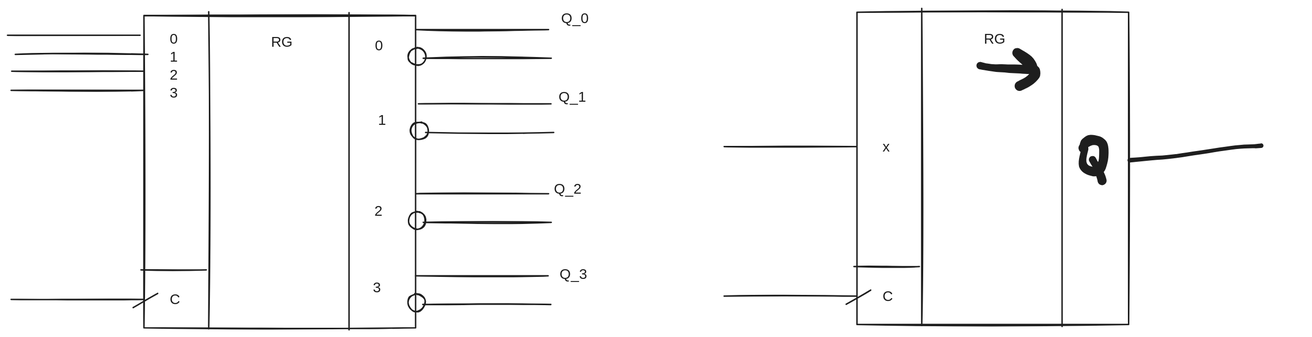
Earlier version of the Excalidraw export comp-sys-org/06-accum.excalidraw.svg (kawazaki42/NoteS4). Source tidied: one line per element, renumbered; positions are measured from the earlier drawing's top-left corner, leaving out a move shared by most shapes. Its diagram source:
```json
{"id": 0, "type": "rectangle", "strokeColor": "#1e1e1e", "strokeWidth": 2, "roughness": 1, "x": 190, "y": 10, "width": 377, "height": 434}
{"id": 1, "type": "line", "strokeColor": "#1e1e1e", "strokeWidth": 2, "roughness": 1, "x": 280, "y": 5, "width": 0, "height": 441, "points": [[0, 0], [0, 441]]}
{"id": 2, "type": "line", "strokeColor": "#1e1e1e", "strokeWidth": 2, "roughness": 1, "x": 475, "y": 6, "width": 0, "height": 441, "points": [[0, 0], [0, 441]]}
{"id": 3, "type": "text", "text": "RG", "strokeColor": "#1e1e1e", "strokeWidth": 2, "roughness": 1, "fontSize": 20, "fontFamily": 5, "x": 366, "y": 36, "width": 30, "height": 25}
{"id": 4, "type": "text", "text": "0\n1\n2\n3", "strokeColor": "#1e1e1e", "strokeWidth": 2, "roughness": 1, "fontSize": 20, "fontFamily": 5, "x": 225, "y": 32, "width": 14, "height": 100}
{"id": 5, "type": "text", "text": "C", "strokeColor": "#1e1e1e", "strokeWidth": 2, "roughness": 1, "fontSize": 20, "fontFamily": 5, "x": 225, "y": 394, "width": 13, "height": 25}
{"id": 6, "type": "line", "strokeColor": "#1e1e1e", "strokeWidth": 2, "roughness": 1, "x": 185, "y": 364, "width": 91, "height": 0, "points": [[0, 0], [91, 0]]}
{"id": 7, "type": "text", "text": "0", "strokeColor": "#1e1e1e", "strokeWidth": 2, "roughness": 1, "fontSize": 20, "fontFamily": 5, "x": 511, "y": 41, "width": 13, "height": 25}
{"id": 8, "type": "text", "text": "1", "strokeColor": "#1e1e1e", "strokeWidth": 2, "roughness": 1, "fontSize": 20, "fontFamily": 5, "x": 515, "y": 144, "width": 9, "height": 25}
{"id": 9, "type": "text", "text": "2", "strokeColor": "#1e1e1e", "strokeWidth": 2, "roughness": 1, "fontSize": 20, "fontFamily": 5, "x": 510, "y": 271, "width": 14, "height": 25}
{"id": 10, "type": "text", "text": "3", "strokeColor": "#1e1e1e", "strokeWidth": 2, "roughness": 1, "fontSize": 20, "fontFamily": 5, "x": 508, "y": 377, "width": 12, "height": 25}
{"id": 11, "type": "line", "strokeColor": "#1e1e1e", "strokeWidth": 2, "roughness": 1, "x": 567, "y": 372, "width": 184, "height": 0, "points": [[0, 0], [184, 0]]}
{"id": 12, "type": "line", "strokeColor": "#1e1e1e", "strokeWidth": 2, "roughness": 1, "x": 577, "y": 412, "width": 178, "height": 0, "points": [[0, 0], [178, 0]]}
{"id": 13, "type": "ellipse", "strokeColor": "#1e1e1e", "strokeWidth": 2, "roughness": 1, "x": 556, "y": 397, "width": 24, "height": 24}
{"id": 14, "type": "line", "strokeColor": "#1e1e1e", "strokeWidth": 2, "roughness": 1, "x": 568, "y": 258, "width": 184, "height": 0, "points": [[0, 0], [184, 0]]}
{"id": 15, "type": "line", "strokeColor": "#1e1e1e", "strokeWidth": 2, "roughness": 1, "x": 578, "y": 298, "width": 178, "height": 0, "points": [[0, 0], [178, 0]]}
{"id": 16, "type": "ellipse", "strokeColor": "#1e1e1e", "strokeWidth": 2, "roughness": 1, "x": 557, "y": 283, "width": 24, "height": 24}
{"id": 17, "type": "line", "strokeColor": "#1e1e1e", "strokeWidth": 2, "roughness": 1, "x": 571, "y": 133, "width": 184, "height": 0, "points": [[0, 0], [184, 0]]}
{"id": 18, "type": "line", "strokeColor": "#1e1e1e", "strokeWidth": 2, "roughness": 1, "x": 581, "y": 173, "width": 178, "height": 0, "points": [[0, 0], [178, 0]]}
{"id": 19, "type": "ellipse", "strokeColor": "#1e1e1e", "strokeWidth": 2, "roughness": 1, "x": 560, "y": 158, "width": 24, "height": 24}
{"id": 20, "type": "line", "strokeColor": "#1e1e1e", "strokeWidth": 2, "roughness": 1, "x": 568, "y": 29, "width": 184, "height": 0, "points": [[0, 0], [184, 0]]}
{"id": 21, "type": "line", "strokeColor": "#1e1e1e", "strokeWidth": 2, "roughness": 1, "x": 578, "y": 69, "width": 178, "height": 0, "points": [[0, 0], [178, 0]]}
{"id": 22, "type": "ellipse", "strokeColor": "#1e1e1e", "strokeWidth": 2, "roughness": 1, "x": 557, "y": 55, "width": 24, "height": 24}
{"id": 23, "type": "text", "text": "Q_0", "strokeColor": "#1e1e1e", "strokeWidth": 2, "roughness": 1, "fontSize": 20, "fontFamily": 5, "x": 769, "y": 3, "width": 42, "height": 25}
{"id": 24, "type": "text", "text": "Q_1", "strokeColor": "#1e1e1e", "strokeWidth": 2, "roughness": 1, "fontSize": 20, "fontFamily": 5, "x": 766, "y": 112, "width": 37, "height": 25}
{"id": 25, "type": "text", "text": "Q_2", "strokeColor": "#1e1e1e", "strokeWidth": 2, "roughness": 1, "fontSize": 20, "fontFamily": 5, "x": 759, "y": 240, "width": 43, "height": 25}
{"id": 26, "type": "text", "text": "Q_3", "strokeColor": "#1e1e1e", "strokeWidth": 2, "roughness": 1, "fontSize": 20, "fontFamily": 5, "x": 767, "y": 359, "width": 41, "height": 25}
{"id": 27, "type": "line", "strokeColor": "#1e1e1e", "strokeWidth": 2, "roughness": 1, "x": 0, "y": 37, "width": 184, "height": 0, "points": [[0, 0], [184, 0]]}
{"id": 28, "type": "line", "strokeColor": "#1e1e1e", "strokeWidth": 2, "roughness": 1, "x": 11, "y": 64, "width": 184, "height": 0, "points": [[0, 0], [184, 0]]}
{"id": 29, "type": "line", "strokeColor": "#1e1e1e", "strokeWidth": 2, "roughness": 1, "x": 6, "y": 87, "width": 184, "height": 0, "points": [[0, 0], [184, 0]]}
{"id": 30, "type": "line", "strokeColor": "#1e1e1e", "strokeWidth": 2, "roughness": 1, "x": 5, "y": 114, "width": 184, "height": 0, "points": [[0, 0], [184, 0]]}
{"id": 31, "type": "line", "strokeColor": "#1e1e1e", "strokeWidth": 2, "roughness": 1, "x": 5, "y": 405, "width": 184, "height": 0, "points": [[0, 0], [184, 0]]}
{"id": 32, "type": "line", "strokeColor": "#1e1e1e", "strokeWidth": 2, "roughness": 1, "x": 175, "y": 416, "width": 34, "height": 20, "points": [[0, 0], [34, -20]]}
{"id": 33, "type": "rectangle", "strokeColor": "#1e1e1e", "strokeWidth": 2, "roughness": 1, "x": 1180, "y": 5, "width": 377, "height": 434}
{"id": 34, "type": "line", "strokeColor": "#1e1e1e", "strokeWidth": 2, "roughness": 1, "x": 1270, "y": 0, "width": 0, "height": 441, "points": [[0, 0], [0, 441]]}
{"id": 35, "type": "line", "strokeColor": "#1e1e1e", "strokeWidth": 2, "roughness": 1, "x": 1465, "y": 1, "width": 0, "height": 441, "points": [[0, 0], [0, 441]]}
{"id": 36, "type": "text", "text": "RG", "strokeColor": "#1e1e1e", "strokeWidth": 2, "roughness": 1, "fontSize": 20, "fontFamily": 5, "x": 1357, "y": 31, "width": 30, "height": 25}
{"id": 37, "type": "text", "text": "x", "strokeColor": "#1e1e1e", "strokeWidth": 2, "roughness": 1, "fontSize": 20, "fontFamily": 5, "x": 1216, "y": 181, "width": 12, "height": 25}
{"id": 38, "type": "text", "text": "C", "strokeColor": "#1e1e1e", "strokeWidth": 2, "roughness": 1, "fontSize": 20, "fontFamily": 5, "x": 1216, "y": 389, "width": 13, "height": 25}
{"id": 39, "type": "line", "strokeColor": "#1e1e1e", "strokeWidth": 2, "roughness": 1, "x": 1176, "y": 359, "width": 91, "height": 0, "points": [[0, 0], [91, 0]]}
{"id": 40, "type": "line", "strokeColor": "#1e1e1e", "strokeWidth": 2, "roughness": 1, "x": 996, "y": 192, "width": 184, "height": 0, "points": [[0, 0], [184, 0]]}
{"id": 41, "type": "line", "strokeColor": "#1e1e1e", "strokeWidth": 2, "roughness": 1, "x": 996, "y": 400, "width": 184, "height": 0, "points": [[0, 0], [184, 0]]}
{"id": 42, "type": "line", "strokeColor": "#1e1e1e", "strokeWidth": 2, "roughness": 1, "x": 1165, "y": 412, "width": 34, "height": 20, "points": [[0, 0], [34, -20]]}
{"id": 43, "type": "freedraw", "strokeColor": "#1e1e1e", "strokeWidth": 2, "roughness": 1, "x": 1352, "y": 80, "width": 78, "height": 47, "points": [[0, 0], [4, 1], [12, 3], [20, 4], [28, 4], [33, 4], [41, 4], [46, 4], [54, 4], [62, 5], [68, 5], [72, 5], [74, 4], [72, -3], [68, -8], [63, -11], [58, -14], [54, -16], [52, -18], [53, -16], [58, -11], [64, -6], [68, -2], [70, 1], [72, 3], [75, 5], [77, 6], [77, 8], [78, 10], [77, 14], [71, 19], [63, 24], [60, 26], [56, 28], [54, 29]]}
{"id": 44, "type": "freedraw", "strokeColor": "#1e1e1e", "strokeWidth": 2, "roughness": 1, "x": 1559, "y": 211, "width": 183, "height": 21, "points": [[0, 0], [13, -1], [26, -2], [39, -4], [58, -5], [70, -6], [82, -8], [100, -11], [114, -13], [127, -16], [145, -18], [158, -20], [168, -20], [178, -20], [182, -20], [182, -20], [183, -21], [183, -21]]}
{"id": 45, "type": "freedraw", "strokeColor": "#1e1e1e", "strokeWidth": 2, "roughness": 1, "x": 1497, "y": 195, "width": 32, "height": 45, "points": [[0, 0], [-2, 6], [-3, 15], [-3, 19], [-3, 21], [-2, 24], [0, 27], [2, 29], [6, 30], [9, 31], [13, 32], [16, 32], [18, 32], [22, 29], [25, 19], [27, 11], [27, 5], [27, 1], [26, -5], [25, -7], [23, -9], [22, -10], [18, -11], [12, -13], [9, -13], [4, -12], [-2, -6], [-5, -3], [0, 0]]}
{"id": 46, "type": "freedraw", "strokeColor": "#1e1e1e", "strokeWidth": 2, "roughness": 1, "x": 1508, "y": 210, "width": 13, "height": 29, "points": [[0, 0], [1, 1], [4, 6], [6, 10], [8, 12], [8, 13], [8, 14], [9, 16], [9, 17], [9, 18], [10, 20], [11, 21], [12, 23], [12, 24], [12, 24], [12, 25], [12, 26], [13, 28], [13, 29], [13, 29], [13, 29]]}
```
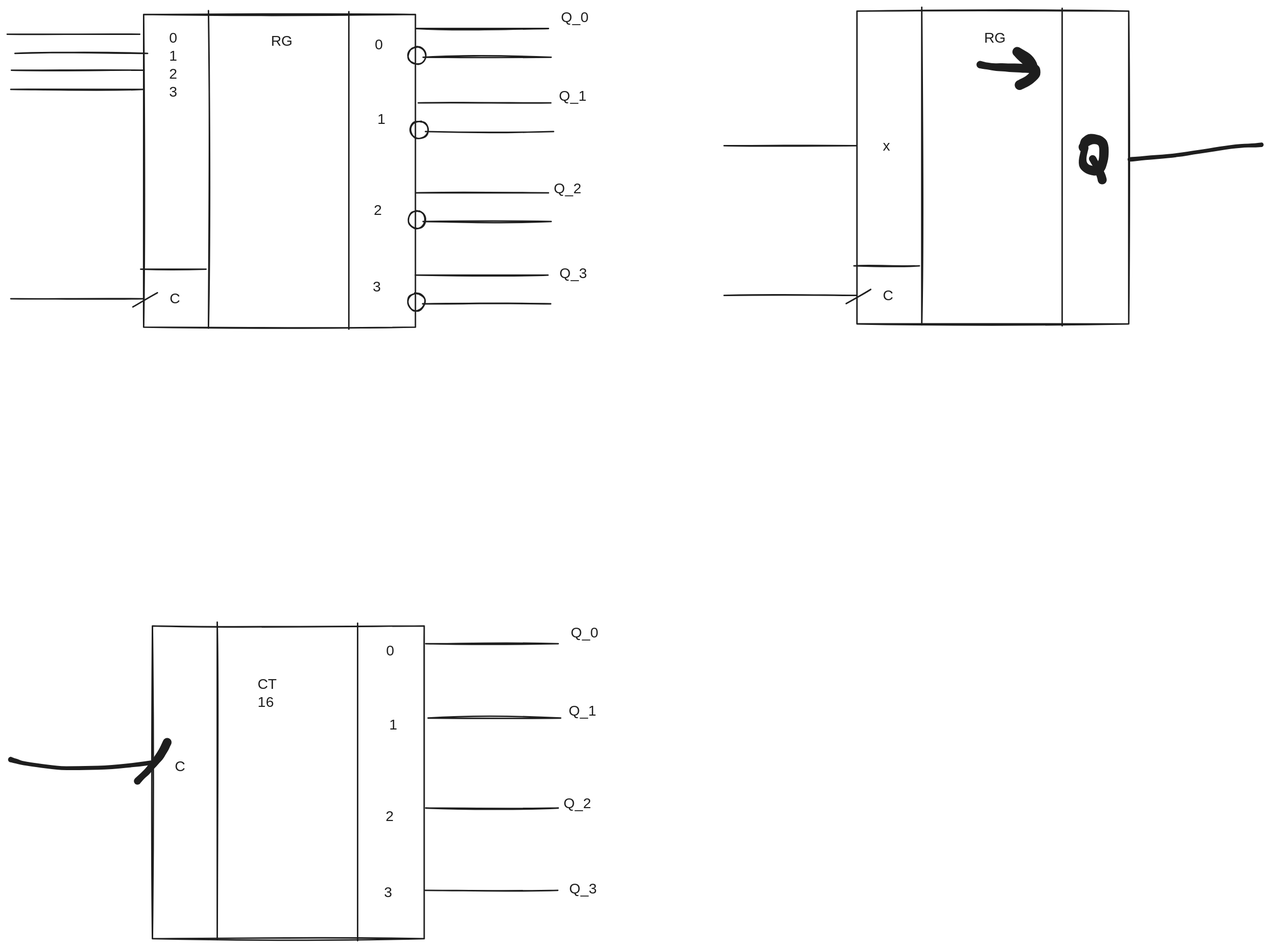
The same file after the commit.

What changed in the source:
```diff
@@ -45,3 +45,22 @@
 {"id": 44, "type": "freedraw", "strokeColor": "#1e1e1e", "strokeWidth": 2, "roughness": 1, "x": 1559, "y": 211, "width": 183, "height": 21, "points": [[0, 0], [13, -1], [26, -2], [39, -4], [58, -5], [70, -6], [82, -8], [100, -11], [114, -13], [127, -16], [145, -18], [158, -20], [168, -20], [178, -20], [182, -20], [182, -20], [183, -21], [183, -21]]}
 {"id": 45, "type": "freedraw", "strokeColor": "#1e1e1e", "strokeWidth": 2, "roughness": 1, "x": 1497, "y": 195, "width": 32, "height": 45, "points": [[0, 0], [-2, 6], [-3, 15], [-3, 19], [-3, 21], [-2, 24], [0, 27], [2, 29], [6, 30], [9, 31], [13, 32], [16, 32], [18, 32], [22, 29], [25, 19], [27, 11], [27, 5], [27, 1], [26, -5], [25, -7], [23, -9], [22, -10], [18, -11], [12, -13], [9, -13], [4, -12], [-2, -6], [-5, -3], [0, 0]]}
 {"id": 46, "type": "freedraw", "strokeColor": "#1e1e1e", "strokeWidth": 2, "roughness": 1, "x": 1508, "y": 210, "width": 13, "height": 29, "points": [[0, 0], [1, 1], [4, 6], [6, 10], [8, 12], [8, 13], [8, 14], [9, 16], [9, 17], [9, 18], [10, 20], [11, 21], [12, 23], [12, 24], [12, 24], [12, 25], [12, 26], [13, 28], [13, 29], [13, 29], [13, 29]]}
+{"id": 47, "type": "rectangle", "strokeColor": "#1e1e1e", "strokeWidth": 2, "roughness": 1, "x": 202, "y": 860, "width": 377, "height": 434}
+{"id": 48, "type": "line", "strokeColor": "#1e1e1e", "strokeWidth": 2, "roughness": 1, "x": 292, "y": 854, "width": 0, "height": 441, "points": [[0, 0], [0, 441]]}
+{"id": 49, "type": "line", "strokeColor": "#1e1e1e", "strokeWidth": 2, "roughness": 1, "x": 487, "y": 856, "width": 0, "height": 441, "points": [[0, 0], [0, 441]]}
+{"id": 50, "type": "text", "text": "CT\n16", "strokeColor": "#1e1e1e", "strokeWidth": 2, "roughness": 1, "fontSize": 20, "fontFamily": 5, "x": 348, "y": 930, "width": 30, "height": 50}
+{"id": 51, "type": "text", "text": "C", "strokeColor": "#1e1e1e", "strokeWidth": 2, "roughness": 1, "fontSize": 20, "fontFamily": 5, "x": 233, "y": 1044, "width": 13, "height": 25}
+{"id": 52, "type": "freedraw", "strokeColor": "#1e1e1e", "strokeWidth": 2, "roughness": 1, "x": 181, "y": 1075, "width": 41, "height": 54, "points": [[0, 0], [7, -7], [11, -12], [13, -13], [17, -17], [18, -20], [22, -23], [23, -25], [27, -29], [27, -30], [29, -32], [30, -34], [30, -35], [33, -37], [35, -42], [38, -46], [39, -48], [40, -52], [41, -53], [41, -54], [41, -54]]}
+{"id": 53, "type": "freedraw", "strokeColor": "#1e1e1e", "strokeWidth": 2, "roughness": 1, "x": 199, "y": 1049, "width": 195, "height": 12, "points": [[0, 0], [-13, 2], [-28, 4], [-45, 5], [-69, 8], [-88, 8], [-104, 8], [-122, 8], [-135, 8], [-146, 5], [-163, 3], [-172, 2], [-179, 0], [-185, -1], [-190, -3], [-192, -3], [-194, -4], [-195, -4], [-195, -4]]}
+{"id": 54, "type": "line", "strokeColor": "#1e1e1e", "strokeWidth": 2, "roughness": 1, "x": 581, "y": 1227, "width": 184, "height": 0, "points": [[0, 0], [184, 0]]}
+{"id": 55, "type": "line", "strokeColor": "#1e1e1e", "strokeWidth": 2, "roughness": 1, "x": 581, "y": 1112, "width": 184, "height": 0, "points": [[0, 0], [184, 0]]}
+{"id": 56, "type": "line", "strokeColor": "#1e1e1e", "strokeWidth": 2, "roughness": 1, "x": 585, "y": 987, "width": 184, "height": 0, "points": [[0, 0], [184, 0]]}
+{"id": 57, "type": "line", "strokeColor": "#1e1e1e", "strokeWidth": 2, "roughness": 1, "x": 581, "y": 884, "width": 184, "height": 0, "points": [[0, 0], [184, 0]]}
+{"id": 58, "type": "text", "text": "Q_0", "strokeColor": "#1e1e1e", "strokeWidth": 2, "roughness": 1, "fontSize": 20, "fontFamily": 5, "x": 783, "y": 858, "width": 42, "height": 25}
+{"id": 59, "type": "text", "text": "Q_1", "strokeColor": "#1e1e1e", "strokeWidth": 2, "roughness": 1, "fontSize": 20, "fontFamily": 5, "x": 780, "y": 967, "width": 37, "height": 25}
+{"id": 60, "type": "text", "text": "Q_2", "strokeColor": "#1e1e1e", "strokeWidth": 2, "roughness": 1, "fontSize": 20, "fontFamily": 5, "x": 773, "y": 1095, "width": 43, "height": 25}
+{"id": 61, "type": "text", "text": "Q_3", "strokeColor": "#1e1e1e", "strokeWidth": 2, "roughness": 1, "fontSize": 20, "fontFamily": 5, "x": 781, "y": 1213, "width": 41, "height": 25}
+{"id": 62, "type": "text", "text": "0", "strokeColor": "#1e1e1e", "strokeWidth": 2, "roughness": 1, "fontSize": 20, "fontFamily": 5, "x": 527, "y": 883, "width": 13, "height": 25}
+{"id": 63, "type": "text", "text": "1", "strokeColor": "#1e1e1e", "strokeWidth": 2, "roughness": 1, "fontSize": 20, "fontFamily": 5, "x": 530, "y": 986, "width": 9, "height": 25}
+{"id": 64, "type": "text", "text": "2", "strokeColor": "#1e1e1e", "strokeWidth": 2, "roughness": 1, "fontSize": 20, "fontFamily": 5, "x": 525, "y": 1113, "width": 14, "height": 25}
+{"id": 65, "type": "text", "text": "3", "strokeColor": "#1e1e1e", "strokeWidth": 2, "roughness": 1, "fontSize": 20, "fontFamily": 5, "x": 524, "y": 1219, "width": 12, "height": 25}
```
